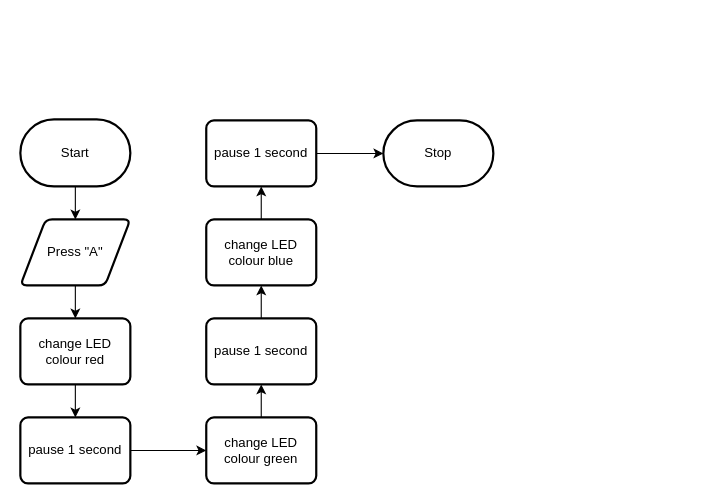
MTHS-TEJ2O-1-2024/TEJ2O-Unit-2-08B-bain-liao keeps this draw.io diagram as design/flowchart.drawio. Above is the earlier version. Source tidied: cells renumbered, new cells numbered last; positions are measured from the earlier drawing's top-left corner, leaving out a move shared by most shapes. Both pictures are drawn from the tidied source at 110%, with x=0, y=0 at pixel (20, 119).
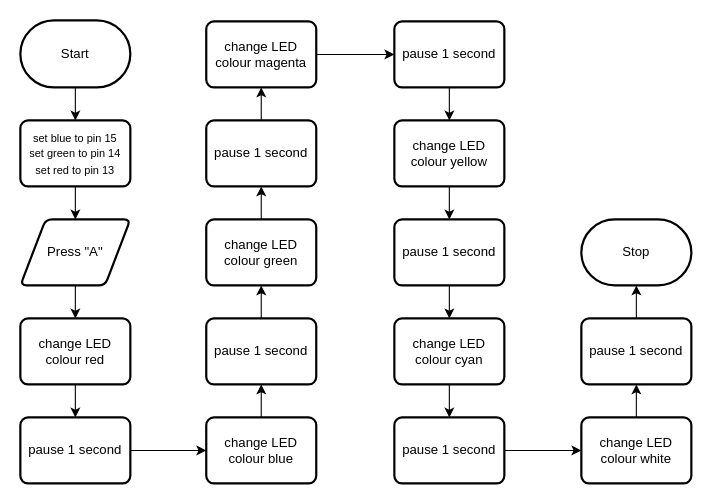
After the change.

Commit message (it also covers changes not shown here):
updated flowchart to include all colours

The change refers to these unchanged cells:
```xml
<mxCell id="6" value="Press &quot;A&quot;" style="shape=parallelogram;html=1;strokeWidth=2;perimeter=parallelogramPerimeter;whiteSpace=wrap;rounded=1;arcSize=12;size=0.23;" parent="1" vertex="1">
  <mxGeometry y="91" width="100" height="60" as="geometry" />
</mxCell>
<mxCell id="10" value="pause 1 second" style="rounded=1;whiteSpace=wrap;html=1;absoluteArcSize=1;arcSize=14;strokeWidth=2;" parent="1" vertex="1">
  <mxGeometry y="271" width="100" height="60" as="geometry" />
</mxCell>
<mxCell id="14" value="pause 1 second" style="rounded=1;whiteSpace=wrap;html=1;absoluteArcSize=1;arcSize=14;strokeWidth=2;" parent="1" vertex="1">
  <mxGeometry x="169" y="181" width="100" height="60" as="geometry" />
</mxCell>
<mxCell id="18" value="pause 1 second" style="rounded=1;whiteSpace=wrap;html=1;absoluteArcSize=1;arcSize=14;strokeWidth=2;" parent="1" vertex="1">
  <mxGeometry x="169" y="1" width="100" height="60" as="geometry" />
</mxCell>
```

What changed in the source:
```diff
@@
-    <mxCell id="2" style="edgeStyle=none;html=1;exitX=0.5;exitY=1;exitDx=0;exitDy=0;exitPerimeter=0;entryX=0.5;entryY=0;entryDx=0;entryDy=0;" parent="1" edge="1" source="3" target="6">
-      <mxGeometry relative="1" as="geometry" />
-    </mxCell>
+    <mxCell id="19" style="edgeStyle=none;html=1;exitX=0.5;exitY=1;exitDx=0;exitDy=0;exitPerimeter=0;entryX=0.5;entryY=0;entryDx=0;entryDy=0;" parent="1" edge="1" source="3" target="26">
+      <mxGeometry relative="1" as="geometry" />
+    </mxCell>
     <mxCell id="3" value="Start" style="strokeWidth=2;html=1;shape=mxgraph.flowchart.terminator;whiteSpace=wrap;" parent="1" vertex="1">
-      <mxGeometry width="100" height="61" as="geometry" />
+      <mxGeometry y="-90" width="100" height="61" as="geometry" />
     </mxCell>
     <mxCell id="4" value="Stop" style="strokeWidth=2;html=1;shape=mxgraph.flowchart.terminator;whiteSpace=wrap;" parent="1" vertex="1">
-      <mxGeometry x="330" y="1" width="100" height="60" as="geometry" />
+      <mxGeometry x="510" y="91" width="100" height="60" as="geometry" />
     </mxCell>
@@
-    <mxCell id="9" style="edgeStyle=none;html=1;exitX=1;exitY=0.5;exitDx=0;exitDy=0;entryX=0;entryY=0.5;entryDx=0;entryDy=0;" parent="1" edge="1" source="10" target="12">
-      <mxGeometry relative="1" as="geometry" />
-    </mxCell>
+    <mxCell id="20" style="edgeStyle=none;html=1;exitX=1;exitY=0.5;exitDx=0;exitDy=0;entryX=0;entryY=0.5;entryDx=0;entryDy=0;fontSize=10;" parent="1" edge="1" source="10" target="16">
+      <mxGeometry relative="1" as="geometry" />
+    </mxCell>
@@
-    <mxCell id="11" style="edgeStyle=none;html=1;exitX=0.5;exitY=0;exitDx=0;exitDy=0;entryX=0.5;entryY=1;entryDx=0;entryDy=0;" parent="1" edge="1" source="12" target="14">
-      <mxGeometry relative="1" as="geometry" />
-    </mxCell>
+    <mxCell id="21" style="edgeStyle=none;html=1;exitX=0.5;exitY=0;exitDx=0;exitDy=0;entryX=0.5;entryY=1;entryDx=0;entryDy=0;fontSize=10;" parent="1" edge="1" source="12" target="18">
+      <mxGeometry relative="1" as="geometry" />
+    </mxCell>
     <mxCell id="12" value="change LED colour green" style="rounded=1;whiteSpace=wrap;html=1;absoluteArcSize=1;arcSize=14;strokeWidth=2;" parent="1" vertex="1">
-      <mxGeometry x="169" y="271" width="100" height="60" as="geometry" />
+      <mxGeometry x="169" y="91" width="100" height="60" as="geometry" />
     </mxCell>
-    <mxCell id="13" style="edgeStyle=none;html=1;exitX=0.5;exitY=0;exitDx=0;exitDy=0;entryX=0.5;entryY=1;entryDx=0;entryDy=0;" parent="1" edge="1" source="14" target="16">
-      <mxGeometry relative="1" as="geometry" />
-    </mxCell>
+    <mxCell id="22" style="edgeStyle=none;html=1;exitX=0.5;exitY=0;exitDx=0;exitDy=0;entryX=0.5;entryY=1;entryDx=0;entryDy=0;fontSize=10;" parent="1" edge="1" source="14" target="12">
+      <mxGeometry relative="1" as="geometry" />
+    </mxCell>
@@
-    <mxCell id="15" style="edgeStyle=none;html=1;exitX=0.5;exitY=0;exitDx=0;exitDy=0;entryX=0.5;entryY=1;entryDx=0;entryDy=0;" parent="1" edge="1" source="16" target="18">
-      <mxGeometry relative="1" as="geometry" />
-    </mxCell>
+    <mxCell id="23" style="edgeStyle=none;html=1;exitX=0.5;exitY=0;exitDx=0;exitDy=0;entryX=0.5;entryY=1;entryDx=0;entryDy=0;fontSize=10;" parent="1" edge="1" source="16" target="14">
+      <mxGeometry relative="1" as="geometry" />
+    </mxCell>
     <mxCell id="16" value="change LED colour blue" style="rounded=1;whiteSpace=wrap;html=1;absoluteArcSize=1;arcSize=14;strokeWidth=2;" parent="1" vertex="1">
-      <mxGeometry x="169" y="91" width="100" height="60" as="geometry" />
+      <mxGeometry x="169" y="271" width="100" height="60" as="geometry" />
     </mxCell>
-    <mxCell id="17" style="edgeStyle=none;html=1;exitX=1;exitY=0.5;exitDx=0;exitDy=0;entryX=0;entryY=0.5;entryDx=0;entryDy=0;entryPerimeter=0;" parent="1" edge="1" source="18" target="4">
-      <mxGeometry relative="1" as="geometry" />
-    </mxCell>
+    <mxCell id="24" style="edgeStyle=none;html=1;exitX=0.5;exitY=0;exitDx=0;exitDy=0;entryX=0.5;entryY=1;entryDx=0;entryDy=0;fontSize=10;" parent="1" edge="1" source="18" target="28">
+      <mxGeometry relative="1" as="geometry" />
+    </mxCell>
@@
+    <mxCell id="25" style="edgeStyle=none;html=1;exitX=0.5;exitY=1;exitDx=0;exitDy=0;entryX=0.5;entryY=0;entryDx=0;entryDy=0;" parent="1" edge="1" source="26" target="6">
+      <mxGeometry relative="1" as="geometry" />
+    </mxCell>
+    <mxCell id="26" value="&lt;font style=&quot;font-size: 10px;&quot;&gt;set blue to pin 15&lt;br&gt;set green to pin 14&lt;br&gt;set red to pin 13&lt;/font&gt;" style="rounded=1;whiteSpace=wrap;html=1;absoluteArcSize=1;arcSize=14;strokeWidth=2;" parent="1" vertex="1">
+      <mxGeometry y="1" width="100" height="60" as="geometry" />
+    </mxCell>
+    <mxCell id="27" style="edgeStyle=none;html=1;exitX=1;exitY=0.5;exitDx=0;exitDy=0;entryX=0;entryY=0.5;entryDx=0;entryDy=0;fontSize=10;" parent="1" edge="1" source="28" target="30">
+      <mxGeometry relative="1" as="geometry" />
+    </mxCell>
+    <mxCell id="28" value="change LED colour magenta" style="rounded=1;whiteSpace=wrap;html=1;absoluteArcSize=1;arcSize=14;strokeWidth=2;" parent="1" vertex="1">
+      <mxGeometry x="169" y="-89" width="100" height="60" as="geometry" />
+    </mxCell>
+    <mxCell id="29" style="edgeStyle=none;html=1;exitX=0.5;exitY=1;exitDx=0;exitDy=0;entryX=0.5;entryY=0;entryDx=0;entryDy=0;fontSize=10;" parent="1" edge="1" source="30" target="32">
+      <mxGeometry relative="1" as="geometry" />
+    </mxCell>
+    <mxCell id="30" value="pause 1 second" style="rounded=1;whiteSpace=wrap;html=1;absoluteArcSize=1;arcSize=14;strokeWidth=2;" parent="1" vertex="1">
+      <mxGeometry x="340" y="-89" width="100" height="60" as="geometry" />
+    </mxCell>
+    <mxCell id="31" style="edgeStyle=none;html=1;exitX=0.5;exitY=1;exitDx=0;exitDy=0;entryX=0.5;entryY=0;entryDx=0;entryDy=0;fontSize=10;" parent="1" edge="1" source="32" target="34">
+      <mxGeometry relative="1" as="geometry" />
+    </mxCell>
+    <mxCell id="32" value="change LED colour yellow" style="rounded=1;whiteSpace=wrap;html=1;absoluteArcSize=1;arcSize=14;strokeWidth=2;" parent="1" vertex="1">
+      <mxGeometry x="340" y="1" width="100" height="60" as="geometry" />
+    </mxCell>
+    <mxCell id="33" style="edgeStyle=none;html=1;exitX=0.5;exitY=1;exitDx=0;exitDy=0;entryX=0.5;entryY=0;entryDx=0;entryDy=0;fontSize=10;" parent="1" edge="1" source="34" target="36">
+      <mxGeometry relative="1" as="geometry" />
+    </mxCell>
+    <mxCell id="34" value="pause 1 second" style="rounded=1;whiteSpace=wrap;html=1;absoluteArcSize=1;arcSize=14;strokeWidth=2;" parent="1" vertex="1">
+      <mxGeometry x="340" y="91" width="100" height="60" as="geometry" />
+    </mxCell>
+    <mxCell id="35" style="edgeStyle=none;html=1;exitX=0.5;exitY=1;exitDx=0;exitDy=0;entryX=0.5;entryY=0;entryDx=0;entryDy=0;fontSize=10;" parent="1" edge="1" source="36" target="38">
+      <mxGeometry relative="1" as="geometry" />
+    </mxCell>
+    <mxCell id="36" value="change LED colour cyan" style="rounded=1;whiteSpace=wrap;html=1;absoluteArcSize=1;arcSize=14;strokeWidth=2;" parent="1" vertex="1">
+      <mxGeometry x="340" y="181" width="100" height="60" as="geometry" />
+    </mxCell>
+    <mxCell id="37" style="edgeStyle=none;html=1;exitX=1;exitY=0.5;exitDx=0;exitDy=0;entryX=0;entryY=0.5;entryDx=0;entryDy=0;fontSize=10;" parent="1" edge="1" source="38" target="40">
+      <mxGeometry relative="1" as="geometry" />
+    </mxCell>
+    <mxCell id="38" value="pause 1 second" style="rounded=1;whiteSpace=wrap;html=1;absoluteArcSize=1;arcSize=14;strokeWidth=2;" parent="1" vertex="1">
+      <mxGeometry x="340" y="271" width="100" height="60" as="geometry" />
+    </mxCell>
+    <mxCell id="39" style="edgeStyle=none;html=1;exitX=0.5;exitY=0;exitDx=0;exitDy=0;entryX=0.5;entryY=1;entryDx=0;entryDy=0;fontSize=10;" parent="1" edge="1" source="40" target="42">
+      <mxGeometry relative="1" as="geometry" />
+    </mxCell>
+    <mxCell id="40" value="change LED colour white" style="rounded=1;whiteSpace=wrap;html=1;absoluteArcSize=1;arcSize=14;strokeWidth=2;" parent="1" vertex="1">
+      <mxGeometry x="510" y="271" width="100" height="60" as="geometry" />
+    </mxCell>
+    <mxCell id="41" style="edgeStyle=none;html=1;exitX=0.5;exitY=0;exitDx=0;exitDy=0;entryX=0.5;entryY=1;entryDx=0;entryDy=0;entryPerimeter=0;fontSize=10;" parent="1" edge="1" source="42" target="4">
+      <mxGeometry relative="1" as="geometry" />
+    </mxCell>
+    <mxCell id="42" value="pause 1 second" style="rounded=1;whiteSpace=wrap;html=1;absoluteArcSize=1;arcSize=14;strokeWidth=2;" parent="1" vertex="1">
+      <mxGeometry x="510" y="181" width="100" height="60" as="geometry" />
+    </mxCell>
```
